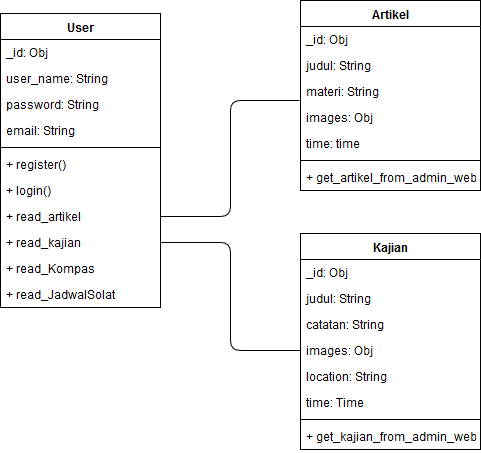
Before: Dokumentasi YUMNA/New Class Diagram Hijrah id.png, a diagram exported from draw.io (zevaherutomo14/GitYumna). Source tidied: cells renumbered, new cells last; positions are measured from the earlier drawing's top-left corner, leaving out a move shared by most shapes. Source of this version:
```xml
<mxGraphModel>
  <root>
    <mxCell id="0" />
    <mxCell id="1" parent="0" />
    <mxCell id="2" value="User" style="swimlane;fontStyle=1;align=center;verticalAlign=top;horizontal=1;startSize=26;" parent="1" vertex="1">
      <mxGeometry y="13" width="160" height="294" as="geometry" />
    </mxCell>
    <mxCell id="3" value="_id: Obj" style="text;strokeColor=none;fillColor=none;align=left;verticalAlign=top;spacingLeft=4;spacingRight=4;overflow=hidden;" parent="2" vertex="1">
      <mxGeometry y="26" width="160" height="26" as="geometry" />
    </mxCell>
    <mxCell id="4" value="user_name: String" style="text;strokeColor=none;fillColor=none;align=left;verticalAlign=top;spacingLeft=4;spacingRight=4;overflow=hidden;" parent="2" vertex="1">
      <mxGeometry y="52" width="160" height="26" as="geometry" />
    </mxCell>
    <mxCell id="5" value="password: String" style="text;strokeColor=none;fillColor=none;align=left;verticalAlign=top;spacingLeft=4;spacingRight=4;overflow=hidden;" parent="2" vertex="1">
      <mxGeometry y="78" width="160" height="26" as="geometry" />
    </mxCell>
    <mxCell id="6" value="email: String" style="text;strokeColor=none;fillColor=none;align=left;verticalAlign=top;spacingLeft=4;spacingRight=4;overflow=hidden;" parent="2" vertex="1">
      <mxGeometry y="104" width="160" height="26" as="geometry" />
    </mxCell>
    <mxCell id="7" style="line;strokeWidth=1;fillColor=none;align=left;verticalAlign=middle;spacingTop=-1;spacingLeft=3;spacingRight=3;labelPosition=right;" parent="2" vertex="1">
      <mxGeometry y="130" width="160" height="8" as="geometry" />
    </mxCell>
    <mxCell id="8" value="+ register()" style="text;strokeColor=none;fillColor=none;align=left;verticalAlign=top;spacingLeft=4;spacingRight=4;overflow=hidden;" parent="2" vertex="1">
      <mxGeometry y="138" width="160" height="26" as="geometry" />
    </mxCell>
    <mxCell id="9" value="+ login()" style="text;strokeColor=none;fillColor=none;align=left;verticalAlign=top;spacingLeft=4;spacingRight=4;overflow=hidden;" parent="2" vertex="1">
      <mxGeometry y="164" width="160" height="26" as="geometry" />
    </mxCell>
    <mxCell id="10" value="+ read_artikel" style="text;strokeColor=none;fillColor=none;align=left;verticalAlign=top;spacingLeft=4;spacingRight=4;overflow=hidden;points=[[0,0.5],[1,0.5]];portConstraint=eastwest;" parent="2" vertex="1">
      <mxGeometry y="190" width="160" height="26" as="geometry" />
    </mxCell>
    <mxCell id="11" value="+ read_kajian" style="text;strokeColor=none;fillColor=none;align=left;verticalAlign=top;spacingLeft=4;spacingRight=4;overflow=hidden;points=[[0,0.5],[1,0.5]];portConstraint=eastwest;" parent="2" vertex="1">
      <mxGeometry y="216" width="160" height="26" as="geometry" />
    </mxCell>
    <mxCell id="12" value="+ read_Kompas" style="text;strokeColor=none;fillColor=none;align=left;verticalAlign=top;spacingLeft=4;spacingRight=4;overflow=hidden;" parent="2" vertex="1">
      <mxGeometry y="242" width="160" height="26" as="geometry" />
    </mxCell>
    <mxCell id="13" value="+ read_JadwalSolat" style="text;strokeColor=none;fillColor=none;align=left;verticalAlign=top;spacingLeft=4;spacingRight=4;overflow=hidden;" parent="2" vertex="1">
      <mxGeometry y="268" width="160" height="26" as="geometry" />
    </mxCell>
    <mxCell id="14" value="Artikel" style="swimlane;fontStyle=1;align=center;verticalAlign=top;horizontal=1;startSize=26;" parent="1" vertex="1">
      <mxGeometry x="300" width="180" height="190" as="geometry" />
    </mxCell>
    <mxCell id="15" value="_id: Obj" style="text;strokeColor=none;fillColor=none;align=left;verticalAlign=top;spacingLeft=4;spacingRight=4;overflow=hidden;" parent="14" vertex="1">
      <mxGeometry y="26" width="180" height="26" as="geometry" />
    </mxCell>
    <mxCell id="16" value="judul: String" style="text;strokeColor=none;fillColor=none;align=left;verticalAlign=top;spacingLeft=4;spacingRight=4;overflow=hidden;" parent="14" vertex="1">
      <mxGeometry y="52" width="180" height="26" as="geometry" />
    </mxCell>
    <mxCell id="17" value="materi: String" style="text;strokeColor=none;fillColor=none;align=left;verticalAlign=top;spacingLeft=4;spacingRight=4;overflow=hidden;" parent="14" vertex="1">
      <mxGeometry y="78" width="180" height="26" as="geometry" />
    </mxCell>
    <mxCell id="18" value="images: Obj" style="text;strokeColor=none;fillColor=none;align=left;verticalAlign=top;spacingLeft=4;spacingRight=4;overflow=hidden;points=[[0,0.5],[1,0.5]];portConstraint=eastwest;" parent="14" vertex="1">
      <mxGeometry y="104" width="180" height="26" as="geometry" />
    </mxCell>
    <mxCell id="19" value="time: time" style="text;strokeColor=none;fillColor=none;align=left;verticalAlign=top;spacingLeft=4;spacingRight=4;overflow=hidden;" parent="14" vertex="1">
      <mxGeometry y="130" width="180" height="26" as="geometry" />
    </mxCell>
    <mxCell id="20" style="line;strokeWidth=1;fillColor=none;align=left;verticalAlign=middle;spacingTop=-1;spacingLeft=3;spacingRight=3;labelPosition=right;" parent="14" vertex="1">
      <mxGeometry y="156" width="180" height="8" as="geometry" />
    </mxCell>
    <mxCell id="21" value="+ get_artikel_from_admin_web" style="text;strokeColor=none;fillColor=none;align=left;verticalAlign=top;spacingLeft=4;spacingRight=4;overflow=hidden;" parent="14" vertex="1">
      <mxGeometry y="164" width="180" height="26" as="geometry" />
    </mxCell>
    <mxCell id="22" value="Kajian" style="swimlane;fontStyle=1;align=center;verticalAlign=top;horizontal=1;startSize=26;" parent="1" vertex="1">
      <mxGeometry x="300" y="233" width="180" height="216" as="geometry" />
    </mxCell>
    <mxCell id="23" value="_id: Obj" style="text;strokeColor=none;fillColor=none;align=left;verticalAlign=top;spacingLeft=4;spacingRight=4;overflow=hidden;" parent="22" vertex="1">
      <mxGeometry y="26" width="180" height="26" as="geometry" />
    </mxCell>
    <mxCell id="24" value="judul: String" style="text;strokeColor=none;fillColor=none;align=left;verticalAlign=top;spacingLeft=4;spacingRight=4;overflow=hidden;" parent="22" vertex="1">
      <mxGeometry y="52" width="180" height="26" as="geometry" />
    </mxCell>
    <mxCell id="25" value="catatan: String" style="text;strokeColor=none;fillColor=none;align=left;verticalAlign=top;spacingLeft=4;spacingRight=4;overflow=hidden;" parent="22" vertex="1">
      <mxGeometry y="78" width="180" height="26" as="geometry" />
    </mxCell>
    <mxCell id="26" value="images: Obj" style="text;strokeColor=none;fillColor=none;align=left;verticalAlign=top;spacingLeft=4;spacingRight=4;overflow=hidden;points=[[0,0.5],[1,0.5]];portConstraint=eastwest;" parent="22" vertex="1">
      <mxGeometry y="104" width="180" height="26" as="geometry" />
    </mxCell>
    <mxCell id="27" value="location: String" style="text;strokeColor=none;fillColor=none;align=left;verticalAlign=top;spacingLeft=4;spacingRight=4;overflow=hidden;" parent="22" vertex="1">
      <mxGeometry y="130" width="180" height="26" as="geometry" />
    </mxCell>
    <mxCell id="28" value="time: Time" style="text;strokeColor=none;fillColor=none;align=left;verticalAlign=top;spacingLeft=4;spacingRight=4;overflow=hidden;" parent="22" vertex="1">
      <mxGeometry y="156" width="180" height="26" as="geometry" />
    </mxCell>
    <mxCell id="29" style="line;strokeWidth=1;fillColor=none;align=left;verticalAlign=middle;spacingTop=-1;spacingLeft=3;spacingRight=3;labelPosition=right;" parent="22" vertex="1">
      <mxGeometry y="182" width="180" height="8" as="geometry" />
    </mxCell>
    <mxCell id="30" value="+ get_kajian_from_admin_web" style="text;strokeColor=none;fillColor=none;align=left;verticalAlign=top;spacingLeft=4;spacingRight=4;overflow=hidden;" parent="22" vertex="1">
      <mxGeometry y="190" width="180" height="26" as="geometry" />
    </mxCell>
    <mxCell id="31" style="endArrow=none;html=1;entryX=-0.006;entryY=-0.154;entryDx=0;entryDy=0;entryPerimeter=0;exitX=1;exitY=0.5;exitDx=0;exitDy=0;edgeStyle=elbowEdgeStyle;" parent="1" edge="1" source="10" target="18">
      <mxGeometry relative="1" as="geometry" />
    </mxCell>
    <mxCell id="32" style="endArrow=none;html=1;entryX=0;entryY=0.5;entryDx=0;entryDy=0;exitX=1;exitY=0.5;exitDx=0;exitDy=0;edgeStyle=elbowEdgeStyle;" parent="1" edge="1" source="11" target="26">
      <mxGeometry relative="1" as="geometry" />
    </mxCell>
  </root>
</mxGraphModel>
```
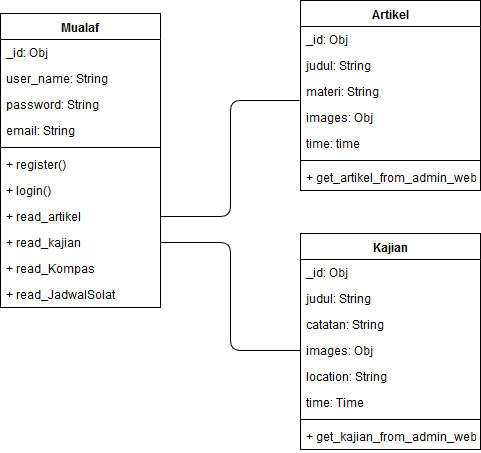
After the commit.

Commit message:
Update Fix Class Diagram

The edit, as a diff of the source:
```diff
@@ -2,7 +2,7 @@
   <root>
     <mxCell id="0" />
     <mxCell id="1" parent="0" />
-    <mxCell id="2" value="User" style="swimlane;fontStyle=1;align=center;verticalAlign=top;horizontal=1;startSize=26;" parent="1" vertex="1">
+    <mxCell id="2" value="Mualaf" style="swimlane;fontStyle=1;align=center;verticalAlign=top;horizontal=1;startSize=26;" parent="1" vertex="1">
       <mxGeometry y="13" width="160" height="294" as="geometry" />
     </mxCell>
     <mxCell id="3" value="_id: Obj" style="text;strokeColor=none;fillColor=none;align=left;verticalAlign=top;spacingLeft=4;spacingRight=4;overflow=hidden;" parent="2" vertex="1">
```
